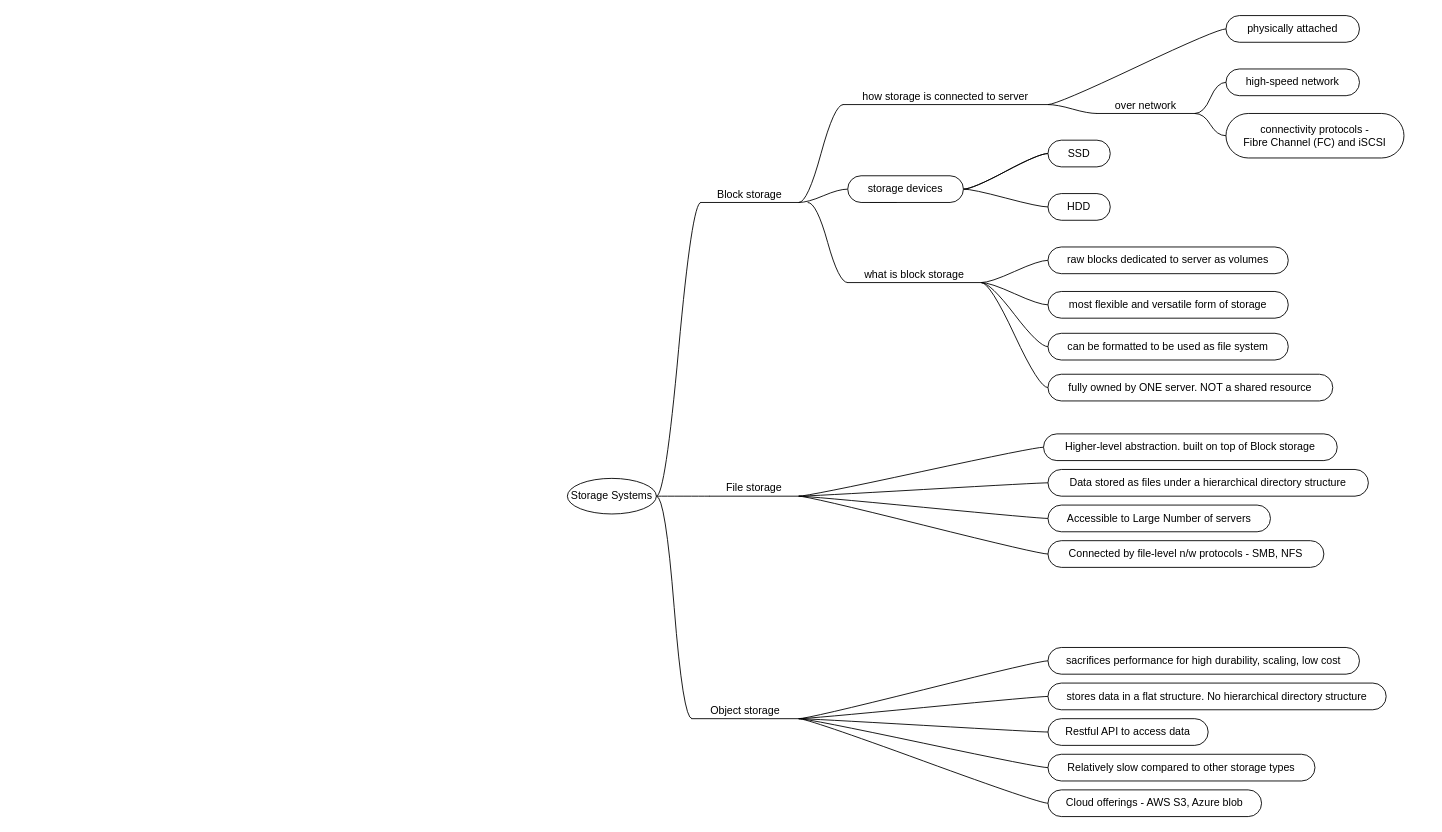
Before: Storage Systems Overview.drawio in sameermeher/mindmaps, a draw.io diagram. Source tidied: cells renumbered, new cells numbered last; positions are measured from the earlier drawing's top-left corner, leaving out a move shared by most shapes. Both pictures are drawn from the tidied source at 89%, with x=0, y=0 at pixel (567, 15).
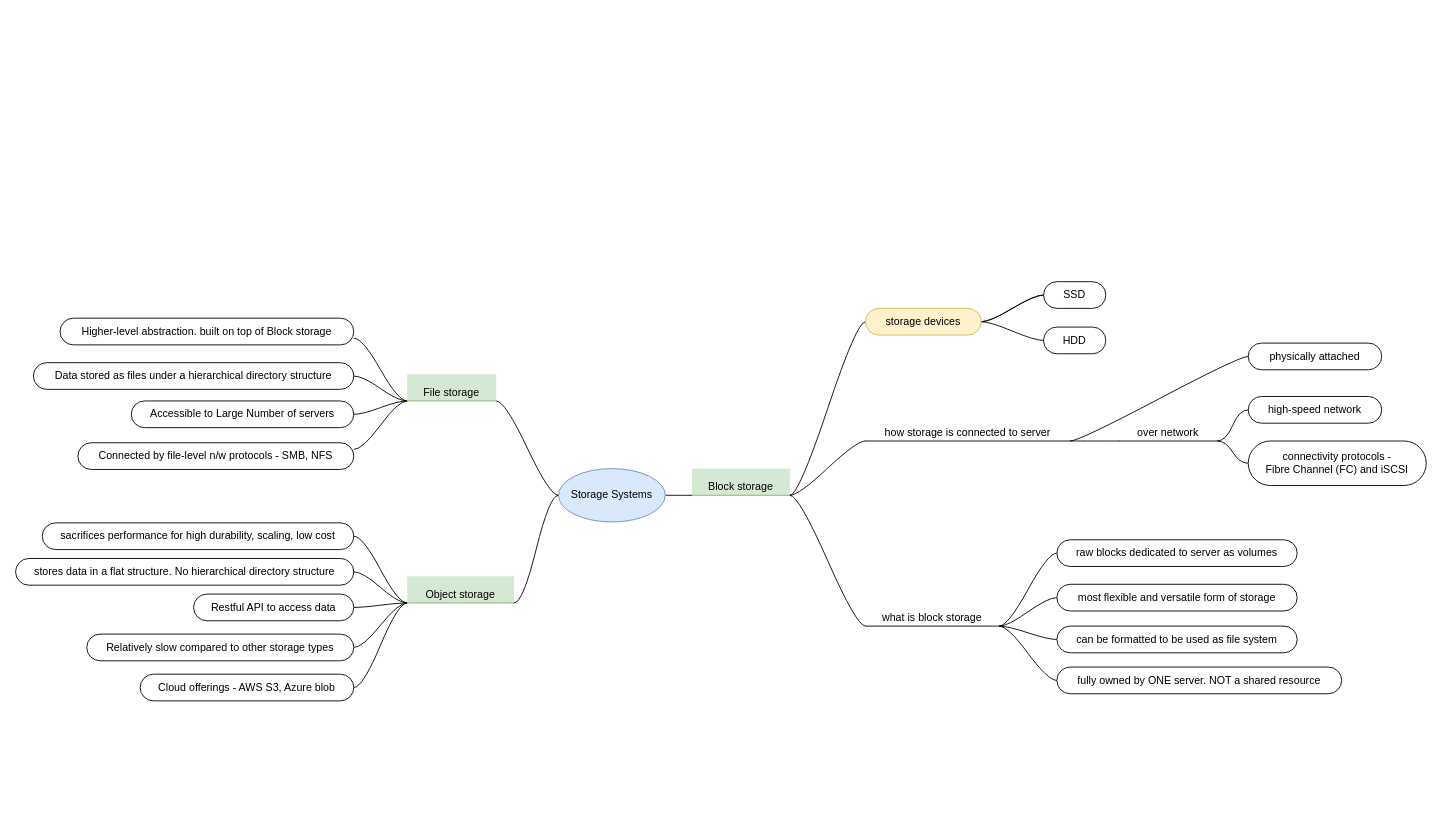
After the change.

Change to the diagram source:
```diff
@@
-    <mxCell id="3" value="Block storage" style="whiteSpace=wrap;html=1;shape=partialRectangle;top=0;left=0;bottom=1;right=0;points=[[0,1],[1,1]];fillColor=none;align=center;verticalAlign=bottom;routingCenterY=0.5;snapToPoint=1;newEdgeStyle={&quot;edgeStyle&quot;:&quot;entityRelationEdgeStyle&quot;,&quot;startArrow&quot;:&quot;none&quot;,&quot;endArrow&quot;:&quot;none&quot;,&quot;segment&quot;:10,&quot;curved&quot;:1,&quot;sourcePerimeterSpacing&quot;:0,&quot;targetPerimeterSpacing&quot;:0};" parent="1" vertex="1">
-      <mxGeometry x="150" y="180" width="110" height="30" as="geometry" />
+    <mxCell id="3" value="Block storage" style="whiteSpace=wrap;html=1;shape=partialRectangle;top=0;left=0;bottom=1;right=0;points=[[0,1],[1,1]];fillColor=#d5e8d4;align=center;verticalAlign=bottom;routingCenterY=0.5;snapToPoint=1;newEdgeStyle={&quot;edgeStyle&quot;:&quot;entityRelationEdgeStyle&quot;,&quot;startArrow&quot;:&quot;none&quot;,&quot;endArrow&quot;:&quot;none&quot;,&quot;segment&quot;:10,&quot;curved&quot;:1,&quot;sourcePerimeterSpacing&quot;:0,&quot;targetPerimeterSpacing&quot;:0};strokeColor=#82b366;" parent="1" vertex="1">
+      <mxGeometry x="140" y="509" width="110" height="30" as="geometry" />
     </mxCell>
@@
-    <mxCell id="6" style="edgeStyle=entityRelationEdgeStyle;rounded=0;jettySize=auto;html=1;startArrow=none;endArrow=none;segment=10;curved=1;sourcePerimeterSpacing=0;targetPerimeterSpacing=0;entryX=0;entryY=0.5;entryDx=0;entryDy=0;" parent="1" edge="1" source="10" target="51">
+    <mxCell id="6" style="edgeStyle=entityRelationEdgeStyle;rounded=0;jettySize=auto;html=1;startArrow=none;endArrow=none;segment=10;curved=1;sourcePerimeterSpacing=0;targetPerimeterSpacing=0;" parent="1" edge="1" source="10" target="51">
       <mxGeometry relative="1" as="geometry" />
     </mxCell>
-    <mxCell id="7" style="edgeStyle=entityRelationEdgeStyle;rounded=0;jettySize=auto;html=1;startArrow=none;endArrow=none;segment=10;curved=1;sourcePerimeterSpacing=0;targetPerimeterSpacing=0;entryX=0;entryY=0.5;entryDx=0;entryDy=0;" parent="1" edge="1" source="10" target="52">
+    <mxCell id="7" style="edgeStyle=entityRelationEdgeStyle;rounded=0;jettySize=auto;html=1;startArrow=none;endArrow=none;segment=10;curved=1;sourcePerimeterSpacing=0;targetPerimeterSpacing=0;" parent="1" edge="1" source="10" target="52">
       <mxGeometry relative="1" as="geometry" />
     </mxCell>
@@
-    <mxCell id="9" style="edgeStyle=entityRelationEdgeStyle;rounded=0;jettySize=auto;html=1;startArrow=none;endArrow=none;segment=10;curved=1;sourcePerimeterSpacing=0;targetPerimeterSpacing=0;entryX=0;entryY=0.5;entryDx=0;entryDy=0;" parent="1" edge="1" source="10" target="54">
+    <mxCell id="9" style="edgeStyle=entityRelationEdgeStyle;rounded=0;jettySize=auto;html=1;startArrow=none;endArrow=none;segment=10;curved=1;sourcePerimeterSpacing=0;targetPerimeterSpacing=0;" parent="1" edge="1" source="10" target="54">
       <mxGeometry relative="1" as="geometry" />
     </mxCell>
-    <mxCell id="10" value="Object storage" style="whiteSpace=wrap;html=1;shape=partialRectangle;top=0;left=0;bottom=1;right=0;points=[[0,1],[1,1]];fillColor=none;align=center;verticalAlign=bottom;routingCenterY=0.5;snapToPoint=1;newEdgeStyle={&quot;edgeStyle&quot;:&quot;entityRelationEdgeStyle&quot;,&quot;startArrow&quot;:&quot;none&quot;,&quot;endArrow&quot;:&quot;none&quot;,&quot;segment&quot;:10,&quot;curved&quot;:1,&quot;sourcePerimeterSpacing&quot;:0,&quot;targetPerimeterSpacing&quot;:0};" parent="1" vertex="1">
-      <mxGeometry x="140" y="760" width="120" height="30" as="geometry" />
+    <mxCell id="10" value="Object storage" style="whiteSpace=wrap;html=1;shape=partialRectangle;top=0;left=0;bottom=1;right=0;points=[[0,1],[1,1]];fillColor=#d5e8d4;align=center;verticalAlign=bottom;routingCenterY=0.5;snapToPoint=1;newEdgeStyle={&quot;edgeStyle&quot;:&quot;entityRelationEdgeStyle&quot;,&quot;startArrow&quot;:&quot;none&quot;,&quot;endArrow&quot;:&quot;none&quot;,&quot;segment&quot;:10,&quot;curved&quot;:1,&quot;sourcePerimeterSpacing&quot;:0,&quot;targetPerimeterSpacing&quot;:0};strokeColor=#82b366;" parent="1" vertex="1">
+      <mxGeometry x="-180" y="630" width="120" height="30" as="geometry" />
     </mxCell>
@@
-    <mxCell id="12" style="edgeStyle=entityRelationEdgeStyle;startArrow=none;endArrow=none;segment=10;curved=1;sourcePerimeterSpacing=0;targetPerimeterSpacing=0;rounded=0;" parent="1" edge="1">
-      <mxGeometry relative="1" as="geometry">
-        <mxPoint x="340" y="210" as="sourcePoint" />
-        <mxPoint x="370" y="210" as="targetPoint" />
-      </mxGeometry>
-    </mxCell>
@@
-    <mxCell id="17" value="storage devices" style="whiteSpace=wrap;html=1;rounded=1;arcSize=50;align=center;verticalAlign=middle;strokeWidth=1;spacing=4;newEdgeStyle={&quot;edgeStyle&quot;:&quot;entityRelationEdgeStyle&quot;,&quot;startArrow&quot;:&quot;none&quot;,&quot;endArrow&quot;:&quot;none&quot;,&quot;segment&quot;:10,&quot;curved&quot;:1,&quot;sourcePerimeterSpacing&quot;:0,&quot;targetPerimeterSpacing&quot;:0};" parent="1" vertex="1">
-      <mxGeometry x="315" y="180" width="130" height="30" as="geometry" />
+    <mxCell id="17" value="storage devices" style="whiteSpace=wrap;html=1;rounded=1;arcSize=50;align=center;verticalAlign=middle;strokeWidth=1;spacing=4;newEdgeStyle={&quot;edgeStyle&quot;:&quot;entityRelationEdgeStyle&quot;,&quot;startArrow&quot;:&quot;none&quot;,&quot;endArrow&quot;:&quot;none&quot;,&quot;segment&quot;:10,&quot;curved&quot;:1,&quot;sourcePerimeterSpacing&quot;:0,&quot;targetPerimeterSpacing&quot;:0};fillColor=#fff2cc;strokeColor=#d6b656;" parent="1" vertex="1">
+      <mxGeometry x="335" y="329" width="130" height="30" as="geometry" />
     </mxCell>
     <mxCell id="18" value="SSD" style="whiteSpace=wrap;html=1;rounded=1;arcSize=50;align=center;verticalAlign=middle;strokeWidth=1;spacing=4;newEdgeStyle={&quot;edgeStyle&quot;:&quot;entityRelationEdgeStyle&quot;,&quot;startArrow&quot;:&quot;none&quot;,&quot;endArrow&quot;:&quot;none&quot;,&quot;segment&quot;:10,&quot;curved&quot;:1,&quot;sourcePerimeterSpacing&quot;:0,&quot;targetPerimeterSpacing&quot;:0};" parent="1" vertex="1">
-      <mxGeometry x="540" y="140" width="70" height="30" as="geometry" />
+      <mxGeometry x="535" y="299" width="70" height="30" as="geometry" />
     </mxCell>
     <mxCell id="19" value="HDD" style="whiteSpace=wrap;html=1;rounded=1;arcSize=50;align=center;verticalAlign=middle;strokeWidth=1;spacing=4;newEdgeStyle={&quot;edgeStyle&quot;:&quot;entityRelationEdgeStyle&quot;,&quot;startArrow&quot;:&quot;none&quot;,&quot;endArrow&quot;:&quot;none&quot;,&quot;segment&quot;:10,&quot;curved&quot;:1,&quot;sourcePerimeterSpacing&quot;:0,&quot;targetPerimeterSpacing&quot;:0};" parent="1" vertex="1">
-      <mxGeometry x="540" y="200" width="70" height="30" as="geometry" />
+      <mxGeometry x="535" y="350" width="70" height="30" as="geometry" />
     </mxCell>
@@
     <mxCell id="24" value="what is block storage" style="whiteSpace=wrap;html=1;shape=partialRectangle;top=0;left=0;bottom=1;right=0;points=[[0,1],[1,1]];fillColor=none;align=center;verticalAlign=bottom;routingCenterY=0.5;snapToPoint=1;newEdgeStyle={&quot;edgeStyle&quot;:&quot;entityRelationEdgeStyle&quot;,&quot;startArrow&quot;:&quot;none&quot;,&quot;endArrow&quot;:&quot;none&quot;,&quot;segment&quot;:10,&quot;curved&quot;:1,&quot;sourcePerimeterSpacing&quot;:0,&quot;targetPerimeterSpacing&quot;:0};" parent="1" vertex="1">
-      <mxGeometry x="315" y="270" width="150" height="30" as="geometry" />
+      <mxGeometry x="335" y="656" width="150" height="30" as="geometry" />
     </mxCell>
     <mxCell id="25" style="edgeStyle=entityRelationEdgeStyle;startArrow=none;endArrow=none;segment=10;curved=1;sourcePerimeterSpacing=0;targetPerimeterSpacing=0;rounded=0;" parent="1" edge="1" target="24">
       <mxGeometry relative="1" as="geometry">
-        <mxPoint x="270" y="210" as="sourcePoint" />
+        <mxPoint x="250" y="539" as="sourcePoint" />
       </mxGeometry>
     </mxCell>
     <mxCell id="26" value="raw blocks dedicated to server as volumes" style="whiteSpace=wrap;html=1;rounded=1;arcSize=50;align=center;verticalAlign=middle;strokeWidth=1;spacing=4;newEdgeStyle={&quot;edgeStyle&quot;:&quot;entityRelationEdgeStyle&quot;,&quot;startArrow&quot;:&quot;none&quot;,&quot;endArrow&quot;:&quot;none&quot;,&quot;segment&quot;:10,&quot;curved&quot;:1,&quot;sourcePerimeterSpacing&quot;:0,&quot;targetPerimeterSpacing&quot;:0};" parent="1" vertex="1">
-      <mxGeometry x="540" y="260" width="270" height="30" as="geometry" />
+      <mxGeometry x="550" y="589" width="270" height="30" as="geometry" />
     </mxCell>
     <mxCell id="27" value="most flexible and versatile form of storage" style="whiteSpace=wrap;html=1;rounded=1;arcSize=50;align=center;verticalAlign=middle;strokeWidth=1;spacing=4;newEdgeStyle={&quot;edgeStyle&quot;:&quot;entityRelationEdgeStyle&quot;,&quot;startArrow&quot;:&quot;none&quot;,&quot;endArrow&quot;:&quot;none&quot;,&quot;segment&quot;:10,&quot;curved&quot;:1,&quot;sourcePerimeterSpacing&quot;:0,&quot;targetPerimeterSpacing&quot;:0};" parent="1" vertex="1">
-      <mxGeometry x="540" y="310" width="270" height="30" as="geometry" />
+      <mxGeometry x="550" y="639" width="270" height="30" as="geometry" />
     </mxCell>
     <mxCell id="28" value="can be formatted to be used as file system" style="whiteSpace=wrap;html=1;rounded=1;arcSize=50;align=center;verticalAlign=middle;strokeWidth=1;spacing=4;newEdgeStyle={&quot;edgeStyle&quot;:&quot;entityRelationEdgeStyle&quot;,&quot;startArrow&quot;:&quot;none&quot;,&quot;endArrow&quot;:&quot;none&quot;,&quot;segment&quot;:10,&quot;curved&quot;:1,&quot;sourcePerimeterSpacing&quot;:0,&quot;targetPerimeterSpacing&quot;:0};" parent="1" vertex="1">
-      <mxGeometry x="540" y="357" width="270" height="30" as="geometry" />
+      <mxGeometry x="550" y="686" width="270" height="30" as="geometry" />
     </mxCell>
     <mxCell id="29" value="fully owned by ONE server. NOT a shared resource" style="whiteSpace=wrap;html=1;rounded=1;arcSize=50;align=center;verticalAlign=middle;strokeWidth=1;spacing=4;newEdgeStyle={&quot;edgeStyle&quot;:&quot;entityRelationEdgeStyle&quot;,&quot;startArrow&quot;:&quot;none&quot;,&quot;endArrow&quot;:&quot;none&quot;,&quot;segment&quot;:10,&quot;curved&quot;:1,&quot;sourcePerimeterSpacing&quot;:0,&quot;targetPerimeterSpacing&quot;:0};" parent="1" vertex="1">
-      <mxGeometry x="540" y="403" width="320" height="30" as="geometry" />
+      <mxGeometry x="550" y="732" width="320" height="30" as="geometry" />
     </mxCell>
@@
     <mxCell id="32" value="how storage is connected to server" style="whiteSpace=wrap;html=1;shape=partialRectangle;top=0;left=0;bottom=1;right=0;points=[[0,1],[1,1]];fillColor=none;align=center;verticalAlign=bottom;routingCenterY=0.5;snapToPoint=1;newEdgeStyle={&quot;edgeStyle&quot;:&quot;entityRelationEdgeStyle&quot;,&quot;startArrow&quot;:&quot;none&quot;,&quot;endArrow&quot;:&quot;none&quot;,&quot;segment&quot;:10,&quot;curved&quot;:1,&quot;sourcePerimeterSpacing&quot;:0,&quot;targetPerimeterSpacing&quot;:0};" parent="1" vertex="1">
-      <mxGeometry x="310" y="70" width="230" height="30" as="geometry" />
+      <mxGeometry x="335" y="448" width="230" height="30" as="geometry" />
     </mxCell>
     <mxCell id="33" value="physically attached" style="whiteSpace=wrap;html=1;rounded=1;arcSize=50;align=center;verticalAlign=middle;strokeWidth=1;spacing=4;newEdgeStyle={&quot;edgeStyle&quot;:&quot;entityRelationEdgeStyle&quot;,&quot;startArrow&quot;:&quot;none&quot;,&quot;endArrow&quot;:&quot;none&quot;,&quot;segment&quot;:10,&quot;curved&quot;:1,&quot;sourcePerimeterSpacing&quot;:0,&quot;targetPerimeterSpacing&quot;:0};" parent="1" vertex="1">
-      <mxGeometry x="740" width="150" height="30" as="geometry" />
+      <mxGeometry x="765" y="368" width="150" height="30" as="geometry" />
     </mxCell>
@@
     <mxCell id="36" value="over network" style="whiteSpace=wrap;html=1;shape=partialRectangle;top=0;left=0;bottom=1;right=0;points=[[0,1],[1,1]];fillColor=none;align=center;verticalAlign=bottom;routingCenterY=0.5;snapToPoint=1;newEdgeStyle={&quot;edgeStyle&quot;:&quot;entityRelationEdgeStyle&quot;,&quot;startArrow&quot;:&quot;none&quot;,&quot;endArrow&quot;:&quot;none&quot;,&quot;segment&quot;:10,&quot;curved&quot;:1,&quot;sourcePerimeterSpacing&quot;:0,&quot;targetPerimeterSpacing&quot;:0};" parent="1" vertex="1">
-      <mxGeometry x="595" y="80" width="110" height="30" as="geometry" />
+      <mxGeometry x="620" y="448" width="110" height="30" as="geometry" />
     </mxCell>
     <mxCell id="37" value="high-speed network" style="whiteSpace=wrap;html=1;rounded=1;arcSize=50;align=center;verticalAlign=middle;strokeWidth=1;spacing=4;newEdgeStyle={&quot;edgeStyle&quot;:&quot;entityRelationEdgeStyle&quot;,&quot;startArrow&quot;:&quot;none&quot;,&quot;endArrow&quot;:&quot;none&quot;,&quot;segment&quot;:10,&quot;curved&quot;:1,&quot;sourcePerimeterSpacing&quot;:0,&quot;targetPerimeterSpacing&quot;:0};" parent="1" vertex="1">
-      <mxGeometry x="740" y="60" width="150" height="30" as="geometry" />
+      <mxGeometry x="765" y="428" width="150" height="30" as="geometry" />
     </mxCell>
     <mxCell id="38" value="connectivity protocols - &lt;br&gt;Fibre Channel (FC) and iSCSI" style="whiteSpace=wrap;html=1;rounded=1;arcSize=50;align=center;verticalAlign=middle;strokeWidth=1;spacing=4;newEdgeStyle={&quot;edgeStyle&quot;:&quot;entityRelationEdgeStyle&quot;,&quot;startArrow&quot;:&quot;none&quot;,&quot;endArrow&quot;:&quot;none&quot;,&quot;segment&quot;:10,&quot;curved&quot;:1,&quot;sourcePerimeterSpacing&quot;:0,&quot;targetPerimeterSpacing&quot;:0};" parent="1" vertex="1">
-      <mxGeometry x="740" y="110" width="200" height="50" as="geometry" />
+      <mxGeometry x="765" y="478" width="200" height="50" as="geometry" />
     </mxCell>
-    <mxCell id="39" value="Storage Systems" style="ellipse;whiteSpace=wrap;html=1;align=center;newEdgeStyle={&quot;edgeStyle&quot;:&quot;entityRelationEdgeStyle&quot;,&quot;startArrow&quot;:&quot;none&quot;,&quot;endArrow&quot;:&quot;none&quot;,&quot;segment&quot;:10,&quot;curved&quot;:1,&quot;sourcePerimeterSpacing&quot;:0,&quot;targetPerimeterSpacing&quot;:0};" parent="1" vertex="1">
-      <mxGeometry y="520" width="100" height="40" as="geometry" />
+    <mxCell id="39" value="Storage Systems" style="ellipse;whiteSpace=wrap;html=1;align=center;newEdgeStyle={&quot;edgeStyle&quot;:&quot;entityRelationEdgeStyle&quot;,&quot;startArrow&quot;:&quot;none&quot;,&quot;endArrow&quot;:&quot;none&quot;,&quot;segment&quot;:10,&quot;curved&quot;:1,&quot;sourcePerimeterSpacing&quot;:0,&quot;targetPerimeterSpacing&quot;:0};fillColor=#dae8fc;strokeColor=#6c8ebf;" parent="1" vertex="1">
+      <mxGeometry x="-10" y="509" width="120" height="60" as="geometry" />
     </mxCell>
@@
-    <mxCell id="41" style="edgeStyle=entityRelationEdgeStyle;rounded=0;jettySize=auto;html=1;startArrow=none;endArrow=none;segment=10;curved=1;sourcePerimeterSpacing=0;targetPerimeterSpacing=0;entryX=0;entryY=0.5;entryDx=0;entryDy=0;" parent="1" edge="1" source="45" target="46">
+    <mxCell id="41" style="edgeStyle=entityRelationEdgeStyle;rounded=0;jettySize=auto;html=1;startArrow=none;endArrow=none;segment=10;curved=1;sourcePerimeterSpacing=0;targetPerimeterSpacing=0;entryX=1;entryY=0.75;entryDx=0;entryDy=0;" parent="1" edge="1" source="45" target="46">
       <mxGeometry relative="1" as="geometry" />
     </mxCell>
@@
-    <mxCell id="44" style="edgeStyle=entityRelationEdgeStyle;rounded=0;jettySize=auto;html=1;startArrow=none;endArrow=none;segment=10;curved=1;sourcePerimeterSpacing=0;targetPerimeterSpacing=0;entryX=0;entryY=0.5;entryDx=0;entryDy=0;" parent="1" edge="1" source="45" target="49">
+    <mxCell id="44" style="edgeStyle=entityRelationEdgeStyle;rounded=0;jettySize=auto;html=1;startArrow=none;endArrow=none;segment=10;curved=1;sourcePerimeterSpacing=0;targetPerimeterSpacing=0;entryX=1;entryY=0.25;entryDx=0;entryDy=0;" parent="1" edge="1" source="45" target="49">
       <mxGeometry relative="1" as="geometry" />
     </mxCell>
-    <mxCell id="45" value="File storage" style="whiteSpace=wrap;html=1;shape=partialRectangle;top=0;left=0;bottom=1;right=0;points=[[0,1],[1,1]];fillColor=none;align=center;verticalAlign=bottom;routingCenterY=0.5;snapToPoint=1;newEdgeStyle={&quot;edgeStyle&quot;:&quot;entityRelationEdgeStyle&quot;,&quot;startArrow&quot;:&quot;none&quot;,&quot;endArrow&quot;:&quot;none&quot;,&quot;segment&quot;:10,&quot;curved&quot;:1,&quot;sourcePerimeterSpacing&quot;:0,&quot;targetPerimeterSpacing&quot;:0};" parent="1" vertex="1">
-      <mxGeometry x="160" y="510" width="100" height="30" as="geometry" />
+    <mxCell id="45" value="File storage" style="whiteSpace=wrap;html=1;shape=partialRectangle;top=0;left=0;bottom=1;right=0;points=[[0,1],[1,1]];fillColor=#d5e8d4;align=center;verticalAlign=bottom;routingCenterY=0.5;snapToPoint=1;newEdgeStyle={&quot;edgeStyle&quot;:&quot;entityRelationEdgeStyle&quot;,&quot;startArrow&quot;:&quot;none&quot;,&quot;endArrow&quot;:&quot;none&quot;,&quot;segment&quot;:10,&quot;curved&quot;:1,&quot;sourcePerimeterSpacing&quot;:0,&quot;targetPerimeterSpacing&quot;:0};strokeColor=#82b366;" parent="1" vertex="1">
+      <mxGeometry x="-180" y="403" width="100" height="30" as="geometry" />
     </mxCell>
     <mxCell id="46" value="Higher-level abstraction. built on top of Block storage" style="whiteSpace=wrap;html=1;rounded=1;arcSize=50;align=center;verticalAlign=middle;strokeWidth=1;spacing=4;newEdgeStyle={&quot;edgeStyle&quot;:&quot;entityRelationEdgeStyle&quot;,&quot;startArrow&quot;:&quot;none&quot;,&quot;endArrow&quot;:&quot;none&quot;,&quot;segment&quot;:10,&quot;curved&quot;:1,&quot;sourcePerimeterSpacing&quot;:0,&quot;targetPerimeterSpacing&quot;:0};" parent="1" vertex="1">
-      <mxGeometry x="535" y="470" width="330" height="30" as="geometry" />
+      <mxGeometry x="-570" y="340" width="330" height="30" as="geometry" />
     </mxCell>
     <mxCell id="47" value="Data stored as files under a hierarchical directory structure" style="whiteSpace=wrap;html=1;rounded=1;arcSize=50;align=center;verticalAlign=middle;strokeWidth=1;spacing=4;newEdgeStyle={&quot;edgeStyle&quot;:&quot;entityRelationEdgeStyle&quot;,&quot;startArrow&quot;:&quot;none&quot;,&quot;endArrow&quot;:&quot;none&quot;,&quot;segment&quot;:10,&quot;curved&quot;:1,&quot;sourcePerimeterSpacing&quot;:0,&quot;targetPerimeterSpacing&quot;:0};" parent="1" vertex="1">
-      <mxGeometry x="540" y="510" width="360" height="30" as="geometry" />
+      <mxGeometry x="-600" y="390" width="360" height="30" as="geometry" />
     </mxCell>
     <mxCell id="48" value="Accessible to Large Number of servers" style="whiteSpace=wrap;html=1;rounded=1;arcSize=50;align=center;verticalAlign=middle;strokeWidth=1;spacing=4;newEdgeStyle={&quot;edgeStyle&quot;:&quot;entityRelationEdgeStyle&quot;,&quot;startArrow&quot;:&quot;none&quot;,&quot;endArrow&quot;:&quot;none&quot;,&quot;segment&quot;:10,&quot;curved&quot;:1,&quot;sourcePerimeterSpacing&quot;:0,&quot;targetPerimeterSpacing&quot;:0};" parent="1" vertex="1">
-      <mxGeometry x="540" y="550" width="250" height="30" as="geometry" />
+      <mxGeometry x="-490" y="433" width="250" height="30" as="geometry" />
     </mxCell>
     <mxCell id="49" value="Connected by file-level n/w protocols - SMB, NFS" style="whiteSpace=wrap;html=1;rounded=1;arcSize=50;align=center;verticalAlign=middle;strokeWidth=1;spacing=4;newEdgeStyle={&quot;edgeStyle&quot;:&quot;entityRelationEdgeStyle&quot;,&quot;startArrow&quot;:&quot;none&quot;,&quot;endArrow&quot;:&quot;none&quot;,&quot;segment&quot;:10,&quot;curved&quot;:1,&quot;sourcePerimeterSpacing&quot;:0,&quot;targetPerimeterSpacing&quot;:0};" parent="1" vertex="1">
-      <mxGeometry x="540" y="590" width="310" height="30" as="geometry" />
+      <mxGeometry x="-550" y="480" width="310" height="30" as="geometry" />
     </mxCell>
     <mxCell id="50" value="sacrifices performance for high durability, scaling, low cost" style="whiteSpace=wrap;html=1;rounded=1;arcSize=50;align=center;verticalAlign=middle;strokeWidth=1;spacing=4;newEdgeStyle={&quot;edgeStyle&quot;:&quot;entityRelationEdgeStyle&quot;,&quot;startArrow&quot;:&quot;none&quot;,&quot;endArrow&quot;:&quot;none&quot;,&quot;segment&quot;:10,&quot;curved&quot;:1,&quot;sourcePerimeterSpacing&quot;:0,&quot;targetPerimeterSpacing&quot;:0};" parent="1" vertex="1">
-      <mxGeometry x="540" y="710" width="350" height="30" as="geometry" />
+      <mxGeometry x="-590" y="570" width="350" height="30" as="geometry" />
     </mxCell>
     <mxCell id="51" value="stores data in a flat structure. No hierarchical&amp;nbsp;directory structure" style="whiteSpace=wrap;html=1;rounded=1;arcSize=50;align=center;verticalAlign=middle;strokeWidth=1;spacing=4;newEdgeStyle={&quot;edgeStyle&quot;:&quot;entityRelationEdgeStyle&quot;,&quot;startArrow&quot;:&quot;none&quot;,&quot;endArrow&quot;:&quot;none&quot;,&quot;segment&quot;:10,&quot;curved&quot;:1,&quot;sourcePerimeterSpacing&quot;:0,&quot;targetPerimeterSpacing&quot;:0};" parent="1" vertex="1">
-      <mxGeometry x="540" y="750" width="380" height="30" as="geometry" />
+      <mxGeometry x="-620" y="610" width="380" height="30" as="geometry" />
     </mxCell>
     <mxCell id="52" value="Restful API to access data" style="whiteSpace=wrap;html=1;rounded=1;arcSize=50;align=center;verticalAlign=middle;strokeWidth=1;spacing=4;newEdgeStyle={&quot;edgeStyle&quot;:&quot;entityRelationEdgeStyle&quot;,&quot;startArrow&quot;:&quot;none&quot;,&quot;endArrow&quot;:&quot;none&quot;,&quot;segment&quot;:10,&quot;curved&quot;:1,&quot;sourcePerimeterSpacing&quot;:0,&quot;targetPerimeterSpacing&quot;:0};" parent="1" vertex="1">
-      <mxGeometry x="540" y="790" width="180" height="30" as="geometry" />
+      <mxGeometry x="-420" y="650" width="180" height="30" as="geometry" />
     </mxCell>
     <mxCell id="53" value="Relatively slow compared to other storage types" style="whiteSpace=wrap;html=1;rounded=1;arcSize=50;align=center;verticalAlign=middle;strokeWidth=1;spacing=4;newEdgeStyle={&quot;edgeStyle&quot;:&quot;entityRelationEdgeStyle&quot;,&quot;startArrow&quot;:&quot;none&quot;,&quot;endArrow&quot;:&quot;none&quot;,&quot;segment&quot;:10,&quot;curved&quot;:1,&quot;sourcePerimeterSpacing&quot;:0,&quot;targetPerimeterSpacing&quot;:0};" parent="1" vertex="1">
-      <mxGeometry x="540" y="830" width="300" height="30" as="geometry" />
+      <mxGeometry x="-540" y="695" width="300" height="30" as="geometry" />
     </mxCell>
     <mxCell id="54" value="Cloud offerings - AWS S3, Azure blob" style="whiteSpace=wrap;html=1;rounded=1;arcSize=50;align=center;verticalAlign=middle;strokeWidth=1;spacing=4;newEdgeStyle={&quot;edgeStyle&quot;:&quot;entityRelationEdgeStyle&quot;,&quot;startArrow&quot;:&quot;none&quot;,&quot;endArrow&quot;:&quot;none&quot;,&quot;segment&quot;:10,&quot;curved&quot;:1,&quot;sourcePerimeterSpacing&quot;:0,&quot;targetPerimeterSpacing&quot;:0};" parent="1" vertex="1">
-      <mxGeometry x="540" y="870" width="240" height="30" as="geometry" />
+      <mxGeometry x="-480" y="740" width="240" height="30" as="geometry" />
     </mxCell>
```
